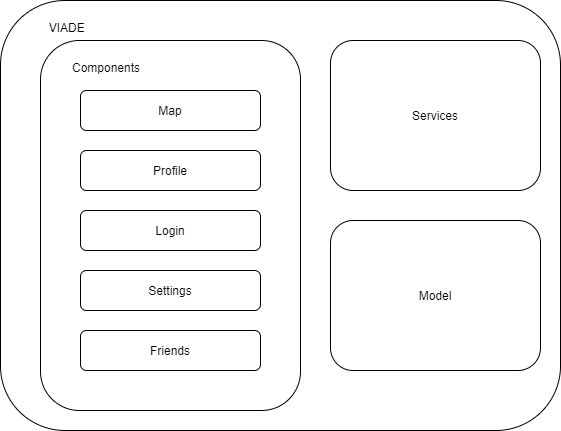
Above: src/docs/images/WhiteboxOverallSystem.png in Arquisoft/viade_es1b (draw.io), before the change. Source tidied: cells renumbered, new cells last; positions are measured from the earlier drawing's top-left corner, leaving out a move shared by most shapes.
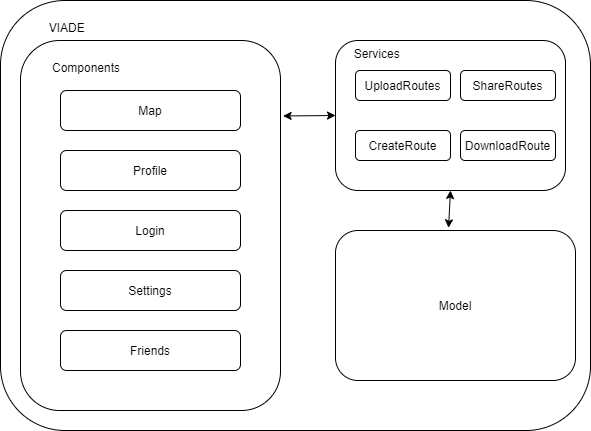
Later version of the same file.

Diff of the diagram source:
```diff
@@ -3,7 +3,7 @@
     <mxCell id="0" />
     <mxCell id="1" parent="0" />
     <mxCell id="2" value="&amp;nbsp; &amp;nbsp; &amp;nbsp; &amp;nbsp; &amp;nbsp; &amp;nbsp; &amp;nbsp;&amp;nbsp;&lt;br&gt;&amp;nbsp; &amp;nbsp; &amp;nbsp; &amp;nbsp; &amp;nbsp; &amp;nbsp; &amp;nbsp; VIADE" style="rounded=1;whiteSpace=wrap;html=1;align=left;verticalAlign=top;" parent="1" vertex="1">
-      <mxGeometry width="560" height="430" as="geometry" />
+      <mxGeometry x="20" width="590" height="430" as="geometry" />
     </mxCell>
     <mxCell id="3" value="&amp;nbsp; &amp;nbsp; &amp;nbsp; &amp;nbsp; &amp;nbsp;&lt;br&gt;&amp;nbsp; &amp;nbsp; &amp;nbsp; &amp;nbsp; &amp;nbsp;Components" style="rounded=1;whiteSpace=wrap;html=1;align=left;verticalAlign=top;" parent="1" vertex="1">
       <mxGeometry x="40" y="40" width="260" height="370" as="geometry" />
@@ -23,11 +23,29 @@
     <mxCell id="8" value="Map" style="rounded=1;whiteSpace=wrap;html=1;" parent="1" vertex="1">
       <mxGeometry x="80" y="90" width="180" height="40" as="geometry" />
     </mxCell>
-    <mxCell id="9" value="Services" style="rounded=1;whiteSpace=wrap;html=1;" parent="1" vertex="1">
-      <mxGeometry x="330" y="40" width="210" height="150" as="geometry" />
+    <mxCell id="9" value="&amp;nbsp; &amp;nbsp; &amp;nbsp;Services" style="rounded=1;whiteSpace=wrap;html=1;verticalAlign=top;align=left;" parent="1" vertex="1">
+      <mxGeometry x="355" y="40" width="230" height="150" as="geometry" />
     </mxCell>
     <mxCell id="10" value="Model" style="rounded=1;whiteSpace=wrap;html=1;" parent="1" vertex="1">
-      <mxGeometry x="330" y="220" width="210" height="150" as="geometry" />
+      <mxGeometry x="355" y="230" width="240" height="150" as="geometry" />
     </mxCell>
+    <mxCell id="11" value="UploadRoutes" style="rounded=1;whiteSpace=wrap;html=1;" parent="1" vertex="1">
+      <mxGeometry x="375" y="70" width="95" height="30" as="geometry" />
+    </mxCell>
+    <mxCell id="12" value="CreateRoute" style="rounded=1;whiteSpace=wrap;html=1;" parent="1" vertex="1">
+      <mxGeometry x="375" y="130" width="95" height="30" as="geometry" />
+    </mxCell>
+    <mxCell id="13" value="ShareRoutes" style="rounded=1;whiteSpace=wrap;html=1;" parent="1" vertex="1">
+      <mxGeometry x="480" y="70" width="95" height="30" as="geometry" />
+    </mxCell>
+    <mxCell id="14" value="DownloadRoute" style="rounded=1;whiteSpace=wrap;html=1;" parent="1" vertex="1">
+      <mxGeometry x="480" y="130" width="95" height="30" as="geometry" />
+    </mxCell>
+    <mxCell id="15" style="endArrow=classic;startArrow=classic;html=1;exitX=1.01;exitY=0.204;exitDx=0;exitDy=0;entryX=0;entryY=0.5;entryDx=0;entryDy=0;exitPerimeter=0;" parent="1" edge="1" source="3" target="9">
+      <mxGeometry relative="1" as="geometry" />
+    </mxCell>
+    <mxCell id="16" style="endArrow=classic;startArrow=classic;html=1;entryX=0.5;entryY=1;entryDx=0;entryDy=0;exitX=0.471;exitY=-0.018;exitDx=0;exitDy=0;exitPerimeter=0;" parent="1" edge="1" source="10" target="9">
+      <mxGeometry relative="1" as="geometry" />
+    </mxCell>
   </root>
 </mxGraphModel>
```
